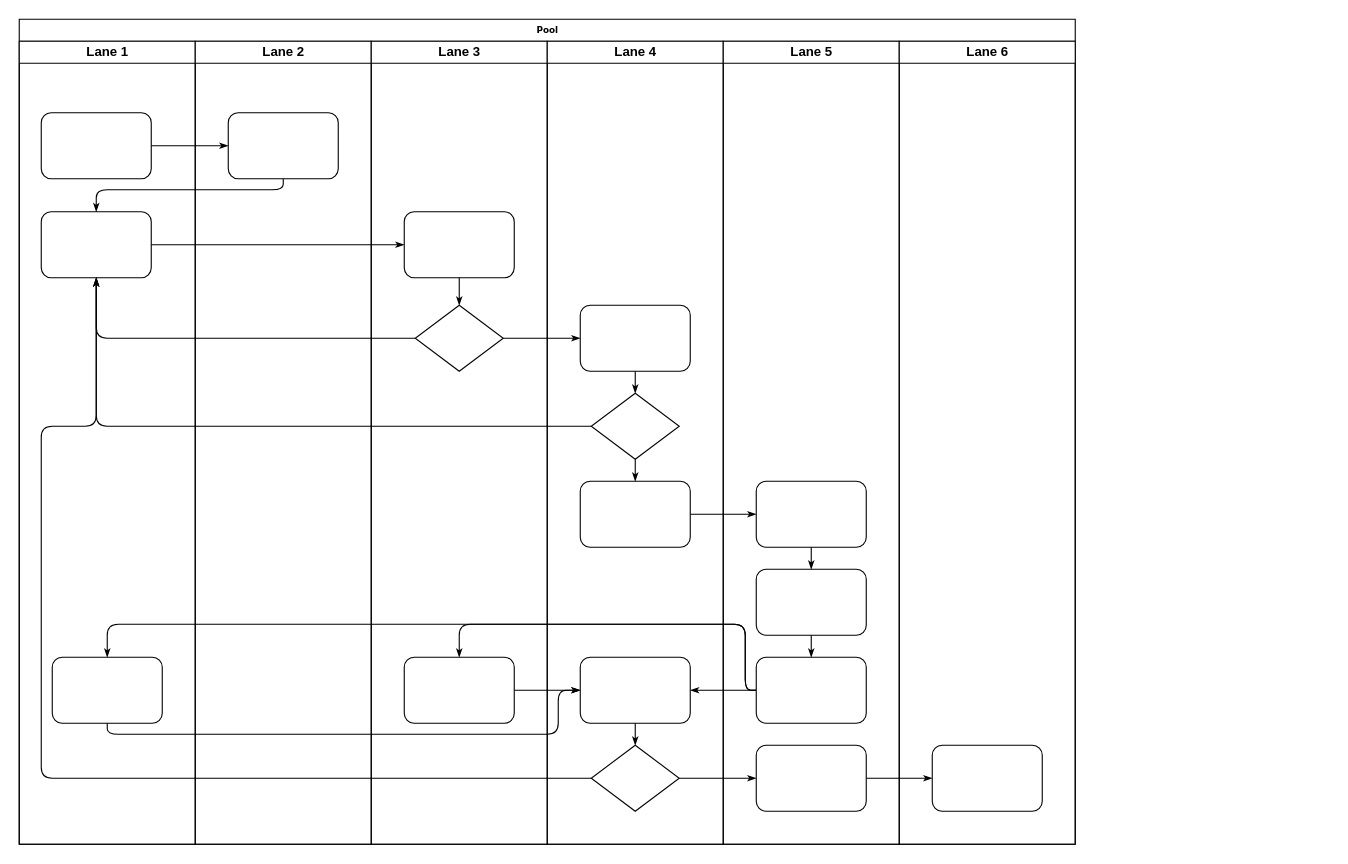
Before: docs/Untitled Diagram.drawio in lizhenLuna12/test, a draw.io diagram. Source tidied: cells renumbered, new cells numbered last; positions are measured from the earlier drawing's top-left corner, leaving out a move shared by most shapes. Both pictures are drawn from the tidied source at 110%, with x=0, y=0 at pixel (19, 19).
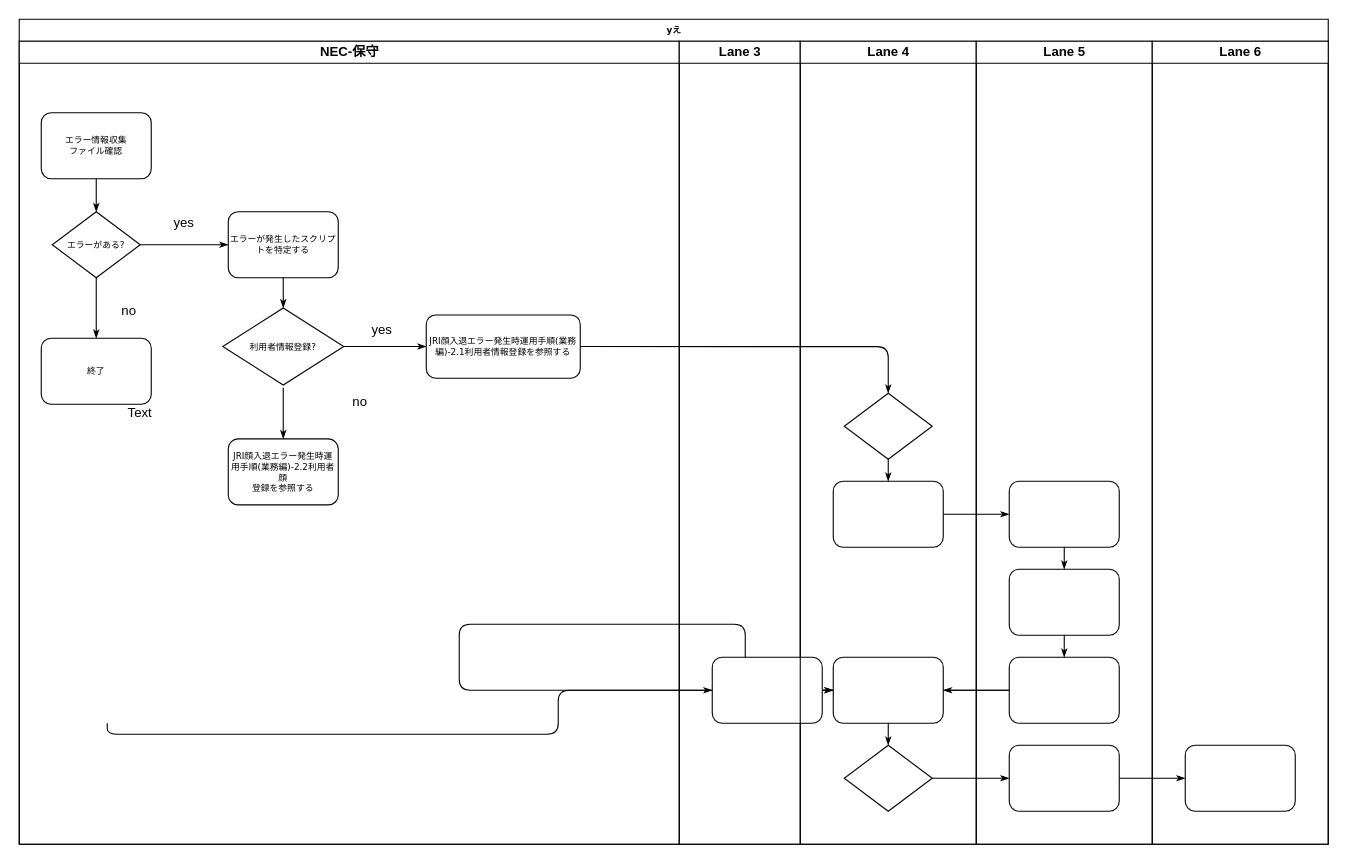
The same diagram, later.

The change refers to these unchanged cells:
```xml
<mxCell id="31" style="rhombus;whiteSpace=wrap;html=1;rounded=0;shadow=0;labelBackgroundColor=none;strokeWidth=1;fontFamily=Verdana;fontSize=8;align=center;" parent="29" vertex="1">
  <mxGeometry x="40" y="320" width="80" height="60" as="geometry" />
</mxCell>
<mxCell id="33" style="rounded=1;whiteSpace=wrap;html=1;shadow=0;labelBackgroundColor=none;strokeWidth=1;fontFamily=Verdana;fontSize=8;align=center;" parent="29" vertex="1">
  <mxGeometry x="30" y="560" width="100" height="60" as="geometry" />
</mxCell>
<mxCell id="34" style="rhombus;whiteSpace=wrap;html=1;rounded=0;shadow=0;labelBackgroundColor=none;strokeWidth=1;fontFamily=Verdana;fontSize=8;align=center;" parent="29" vertex="1">
  <mxGeometry x="40" y="640" width="80" height="60" as="geometry" />
</mxCell>
<mxCell id="41" style="rounded=1;whiteSpace=wrap;html=1;shadow=0;labelBackgroundColor=none;strokeWidth=1;fontFamily=Verdana;fontSize=8;align=center;" parent="38" vertex="1">
  <mxGeometry x="30" y="560" width="100" height="60" as="geometry" />
</mxCell>
```

What changed in the source:
```diff
@@
-    <mxCell id="2" value="Pool" style="swimlane;html=1;startSize=20;rounded=0;shadow=0;labelBackgroundColor=none;strokeWidth=1;fontFamily=Verdana;fontSize=8;align=center;" parent="1" vertex="1">
-      <mxGeometry width="960" height="750" as="geometry" />
+    <mxCell id="2" value="yえ" style="swimlane;html=1;startSize=20;rounded=0;shadow=0;labelBackgroundColor=none;strokeWidth=1;fontFamily=Verdana;fontSize=8;align=center;" parent="1" vertex="1">
+      <mxGeometry width="1190" height="750" as="geometry" />
     </mxCell>
-    <mxCell id="3" value="Lane 1" style="swimlane;html=1;startSize=20;" parent="2" vertex="1">
-      <mxGeometry y="20" width="160" height="730" as="geometry" />
+    <mxCell id="3" value="NEC-保守" style="swimlane;html=1;startSize=20;" parent="2" vertex="1">
+      <mxGeometry y="20" width="600" height="730" as="geometry" />
     </mxCell>
-    <mxCell id="4" style="rounded=1;whiteSpace=wrap;html=1;shadow=0;labelBackgroundColor=none;strokeWidth=1;fontFamily=Verdana;fontSize=8;align=center;" parent="3" vertex="1">
+    <mxCell id="4" value="エラー情報収集&lt;br&gt;ファイル確認" style="rounded=1;whiteSpace=wrap;html=1;shadow=0;labelBackgroundColor=none;strokeWidth=1;fontFamily=Verdana;fontSize=8;align=center;" parent="3" vertex="1">
       <mxGeometry x="20" y="65" width="100" height="60" as="geometry" />
     </mxCell>
-    <mxCell id="5" style="rounded=1;whiteSpace=wrap;html=1;shadow=0;labelBackgroundColor=none;strokeWidth=1;fontFamily=Verdana;fontSize=8;align=center;" parent="3" vertex="1">
-      <mxGeometry x="20" y="155" width="100" height="60" as="geometry" />
-    </mxCell>
-    <mxCell id="6" style="rounded=1;whiteSpace=wrap;html=1;shadow=0;labelBackgroundColor=none;strokeWidth=1;fontFamily=Verdana;fontSize=8;align=center;" parent="3" vertex="1">
-      <mxGeometry x="30" y="560" width="100" height="60" as="geometry" />
-    </mxCell>
-    <mxCell id="7" style="edgeStyle=orthogonalEdgeStyle;rounded=1;html=1;labelBackgroundColor=none;startArrow=none;startFill=0;startSize=5;endArrow=classicThin;endFill=1;endSize=5;jettySize=auto;strokeWidth=1;fontFamily=Verdana;fontSize=8;" parent="2" edge="1" source="4" target="23">
-      <mxGeometry relative="1" as="geometry" />
-    </mxCell>
-    <mxCell id="8" style="edgeStyle=orthogonalEdgeStyle;rounded=1;html=1;labelBackgroundColor=none;startArrow=none;startFill=0;startSize=5;endArrow=classicThin;endFill=1;endSize=5;jettySize=auto;strokeWidth=1;fontFamily=Verdana;fontSize=8;" parent="2" edge="1" source="23" target="5">
-      <mxGeometry relative="1" as="geometry">
-        <Array as="points">
-          <mxPoint x="240" y="155" />
-          <mxPoint x="70" y="155" />
-        </Array>
-      </mxGeometry>
-    </mxCell>
+    <mxCell id="47" value="エラーがある?" style="rhombus;whiteSpace=wrap;html=1;rounded=0;shadow=0;labelBackgroundColor=none;strokeWidth=1;fontFamily=Verdana;fontSize=8;align=center;" parent="3" vertex="1">
+      <mxGeometry x="30" y="155" width="80" height="60" as="geometry" />
+    </mxCell>
+    <mxCell id="48" style="edgeStyle=orthogonalEdgeStyle;rounded=1;html=1;labelBackgroundColor=none;startArrow=none;startFill=0;startSize=5;endArrow=classicThin;endFill=1;endSize=5;jettySize=auto;strokeColor=#000000;strokeWidth=1;fontFamily=Verdana;fontSize=8;fontColor=#000000;exitX=0.5;exitY=1;exitDx=0;exitDy=0;entryX=0.5;entryY=0;entryDx=0;entryDy=0;" parent="3" edge="1" source="4" target="47">
+      <mxGeometry relative="1" as="geometry">
+        <Array as="points">
+          <mxPoint x="70" y="140" />
+          <mxPoint x="70" y="140" />
+        </Array>
+      </mxGeometry>
+    </mxCell>
+    <mxCell id="49" value="終了" style="rounded=1;whiteSpace=wrap;html=1;shadow=0;labelBackgroundColor=none;strokeWidth=1;fontFamily=Verdana;fontSize=8;align=center;" parent="3" vertex="1">
+      <mxGeometry x="20" y="270" width="100" height="60" as="geometry" />
+    </mxCell>
+    <mxCell id="11" style="edgeStyle=orthogonalEdgeStyle;rounded=1;html=1;labelBackgroundColor=none;startArrow=none;startFill=0;startSize=5;endArrow=classicThin;endFill=1;endSize=5;jettySize=auto;strokeWidth=1;fontFamily=Verdana;fontSize=8;exitX=0.5;exitY=1;exitDx=0;exitDy=0;" parent="3" edge="1" source="47" target="49">
+      <mxGeometry relative="1" as="geometry" />
+    </mxCell>
+    <mxCell id="50" value="yes" style="text;html=1;strokeColor=none;fillColor=none;align=center;verticalAlign=middle;whiteSpace=wrap;rounded=0;" parent="3" vertex="1">
+      <mxGeometry x="120" y="150" width="60" height="30" as="geometry" />
+    </mxCell>
+    <mxCell id="51" value="no" style="text;html=1;strokeColor=none;fillColor=none;align=center;verticalAlign=middle;whiteSpace=wrap;rounded=0;" parent="3" vertex="1">
+      <mxGeometry x="70" y="230" width="60" height="30" as="geometry" />
+    </mxCell>
+    <mxCell id="25" value="エラーが発生したスクリプトを特定する" style="rounded=1;whiteSpace=wrap;html=1;shadow=0;labelBackgroundColor=none;strokeWidth=1;fontFamily=Verdana;fontSize=8;align=center;" parent="3" vertex="1">
+      <mxGeometry x="190" y="155" width="100" height="60" as="geometry" />
+    </mxCell>
+    <mxCell id="28" style="edgeStyle=orthogonalEdgeStyle;rounded=1;html=1;labelBackgroundColor=none;startArrow=none;startFill=0;startSize=5;endArrow=classicThin;endFill=1;endSize=5;jettySize=auto;strokeWidth=1;fontFamily=Verdana;fontSize=8;entryX=0.5;entryY=0;entryDx=0;entryDy=0;" parent="3" edge="1" source="25" target="26">
+      <mxGeometry relative="1" as="geometry" />
+    </mxCell>
-    <mxCell id="9" style="edgeStyle=orthogonalEdgeStyle;rounded=1;html=1;labelBackgroundColor=none;startArrow=none;startFill=0;startSize=5;endArrow=classicThin;endFill=1;endSize=5;jettySize=auto;strokeWidth=1;fontFamily=Verdana;fontSize=8;" parent="2" edge="1" source="5" target="25">
+    <mxCell id="9" style="edgeStyle=orthogonalEdgeStyle;rounded=1;html=1;labelBackgroundColor=none;startArrow=none;startFill=0;startSize=5;endArrow=classicThin;endFill=1;endSize=5;jettySize=auto;strokeWidth=1;fontFamily=Verdana;fontSize=8;exitX=1;exitY=0.5;exitDx=0;exitDy=0;" parent="3" edge="1" source="47" target="25">
       <mxGeometry relative="1" as="geometry" />
     </mxCell>
-    <mxCell id="10" style="edgeStyle=orthogonalEdgeStyle;rounded=1;html=1;labelBackgroundColor=none;startArrow=none;startFill=0;startSize=5;endArrow=classicThin;endFill=1;endSize=5;jettySize=auto;strokeWidth=1;fontFamily=Verdana;fontSize=8;" parent="2" edge="1" source="26" target="5">
-      <mxGeometry relative="1" as="geometry" />
-    </mxCell>
-    <mxCell id="11" style="edgeStyle=orthogonalEdgeStyle;rounded=1;html=1;labelBackgroundColor=none;startArrow=none;startFill=0;startSize=5;endArrow=classicThin;endFill=1;endSize=5;jettySize=auto;strokeWidth=1;fontFamily=Verdana;fontSize=8;" parent="2" edge="1" source="31" target="5">
-      <mxGeometry relative="1" as="geometry" />
-    </mxCell>
-    <mxCell id="12" style="edgeStyle=orthogonalEdgeStyle;rounded=1;html=1;labelBackgroundColor=none;startArrow=none;startFill=0;startSize=5;endArrow=classicThin;endFill=1;endSize=5;jettySize=auto;strokeWidth=1;fontFamily=Verdana;fontSize=8;" parent="2" edge="1" source="34" target="5">
-      <mxGeometry relative="1" as="geometry">
-        <Array as="points">
-          <mxPoint x="20" y="690" />
-          <mxPoint x="20" y="370" />
-          <mxPoint x="70" y="370" />
-        </Array>
-      </mxGeometry>
-    </mxCell>
+    <mxCell id="26" value="利用者情報登録?" style="rhombus;whiteSpace=wrap;html=1;rounded=0;shadow=0;labelBackgroundColor=none;strokeWidth=1;fontFamily=Verdana;fontSize=8;align=center;" parent="3" vertex="1">
+      <mxGeometry x="185" y="242.5" width="110" height="70" as="geometry" />
+    </mxCell>
+    <mxCell id="52" value="yes" style="text;html=1;strokeColor=none;fillColor=none;align=center;verticalAlign=middle;whiteSpace=wrap;rounded=0;" parent="3" vertex="1">
+      <mxGeometry x="310" y="247.5" width="40" height="30" as="geometry" />
+    </mxCell>
+    <mxCell id="53" value="Text" style="text;html=1;strokeColor=none;fillColor=none;align=center;verticalAlign=middle;whiteSpace=wrap;rounded=0;" parent="3" vertex="1">
+      <mxGeometry x="80" y="322.5" width="60" height="30" as="geometry" />
+    </mxCell>
-    <mxCell id="13" style="edgeStyle=orthogonalEdgeStyle;rounded=1;html=1;labelBackgroundColor=none;startArrow=none;startFill=0;startSize=5;endArrow=classicThin;endFill=1;endSize=5;jettySize=auto;strokeWidth=1;fontFamily=Verdana;fontSize=8;" parent="2" edge="1" source="26" target="30">
-      <mxGeometry relative="1" as="geometry" />
+    <mxCell id="13" style="edgeStyle=orthogonalEdgeStyle;rounded=1;html=1;labelBackgroundColor=none;startArrow=none;startFill=0;startSize=5;endArrow=classicThin;endFill=1;endSize=5;jettySize=auto;strokeWidth=1;fontFamily=Verdana;fontSize=8;" parent="3" edge="1" source="26">
+      <mxGeometry relative="1" as="geometry">
+        <mxPoint x="370" y="277.5" as="targetPoint" />
+      </mxGeometry>
     </mxCell>
+    <mxCell id="54" value="&lt;font&gt;JRI顔入退エラー発生時運用手順(業務編)-2.1利用者情報登録を参照する&lt;br&gt;&lt;/font&gt;" style="rounded=1;whiteSpace=wrap;html=1;shadow=0;labelBackgroundColor=none;strokeWidth=1;fontFamily=Verdana;fontSize=8;align=center;" parent="3" vertex="1">
+      <mxGeometry x="370" y="248.8" width="140" height="57.5" as="geometry" />
+    </mxCell>
+    <mxCell id="55" value="JRI顔入退エラー発生時運用手順(業務編)-2.2利用者顔&lt;br&gt;登録を参照する" style="rounded=1;whiteSpace=wrap;html=1;shadow=0;labelBackgroundColor=none;strokeWidth=1;fontFamily=Verdana;fontSize=8;align=center;" parent="3" vertex="1">
+      <mxGeometry x="190" y="361.5" width="100" height="60" as="geometry" />
+    </mxCell>
+    <mxCell id="56" value="no" style="text;html=1;strokeColor=none;fillColor=none;align=center;verticalAlign=middle;whiteSpace=wrap;rounded=0;" parent="3" vertex="1">
+      <mxGeometry x="280" y="312.5" width="60" height="30" as="geometry" />
+    </mxCell>
+    <mxCell id="57" style="edgeStyle=orthogonalEdgeStyle;rounded=1;html=1;labelBackgroundColor=none;startArrow=none;startFill=0;startSize=5;endArrow=classicThin;endFill=1;endSize=5;jettySize=auto;strokeWidth=1;fontFamily=Verdana;fontSize=8;entryX=0.5;entryY=0;entryDx=0;entryDy=0;" parent="3" edge="1" target="55">
+      <mxGeometry relative="1" as="geometry">
+        <mxPoint x="240" y="315" as="sourcePoint" />
+        <Array as="points">
+          <mxPoint x="240" y="340" />
+          <mxPoint x="240" y="340" />
+        </Array>
+      </mxGeometry>
+    </mxCell>
@@
-    <mxCell id="19" style="edgeStyle=orthogonalEdgeStyle;rounded=1;html=1;labelBackgroundColor=none;startArrow=none;startFill=0;startSize=5;endArrow=classicThin;endFill=1;endSize=5;jettySize=auto;strokeWidth=1;fontFamily=Verdana;fontSize=8;" parent="2" edge="1" source="41" target="6">
-      <mxGeometry relative="1" as="geometry">
-        <Array as="points">
-          <mxPoint x="660" y="610" />
-          <mxPoint x="660" y="550" />
-          <mxPoint x="80" y="550" />
-        </Array>
-      </mxGeometry>
-    </mxCell>
-    <mxCell id="20" style="edgeStyle=orthogonalEdgeStyle;rounded=1;html=1;labelBackgroundColor=none;startArrow=none;startFill=0;startSize=5;endArrow=classicThin;endFill=1;endSize=5;jettySize=auto;strokeWidth=1;fontFamily=Verdana;fontSize=8;" parent="2" edge="1" source="6" target="33">
+    <mxCell id="20" style="edgeStyle=orthogonalEdgeStyle;rounded=1;html=1;labelBackgroundColor=none;startArrow=none;startFill=0;startSize=5;endArrow=classicThin;endFill=1;endSize=5;jettySize=auto;strokeWidth=1;fontFamily=Verdana;fontSize=8;" parent="2" edge="1" target="33">
       <mxGeometry relative="1" as="geometry">
+        <mxPoint x="80" y="640" as="sourcePoint" />
         <Array as="points">
           <mxPoint x="80" y="650" />
           <mxPoint x="490" y="650" />
           <mxPoint x="490" y="610" />
         </Array>
       </mxGeometry>
     </mxCell>
@@
-    <mxCell id="22" value="Lane 2" style="swimlane;html=1;startSize=20;" parent="2" vertex="1">
-      <mxGeometry x="160" y="20" width="160" height="730" as="geometry" />
-    </mxCell>
-    <mxCell id="23" style="rounded=1;whiteSpace=wrap;html=1;shadow=0;labelBackgroundColor=none;strokeWidth=1;fontFamily=Verdana;fontSize=8;align=center;" parent="22" vertex="1">
-      <mxGeometry x="30" y="65" width="100" height="60" as="geometry" />
-    </mxCell>
     <mxCell id="24" value="Lane 3" style="swimlane;html=1;startSize=20;" parent="2" vertex="1">
-      <mxGeometry x="320" y="20" width="160" height="730" as="geometry" />
+      <mxGeometry x="600" y="20" width="110" height="730" as="geometry" />
     </mxCell>
-    <mxCell id="25" style="rounded=1;whiteSpace=wrap;html=1;shadow=0;labelBackgroundColor=none;strokeWidth=1;fontFamily=Verdana;fontSize=8;align=center;" parent="24" vertex="1">
-      <mxGeometry x="30" y="155" width="100" height="60" as="geometry" />
-    </mxCell>
-    <mxCell id="26" style="rhombus;whiteSpace=wrap;html=1;rounded=0;shadow=0;labelBackgroundColor=none;strokeWidth=1;fontFamily=Verdana;fontSize=8;align=center;" parent="24" vertex="1">
-      <mxGeometry x="40" y="240" width="80" height="60" as="geometry" />
-    </mxCell>
@@
-    <mxCell id="28" style="edgeStyle=orthogonalEdgeStyle;rounded=1;html=1;labelBackgroundColor=none;startArrow=none;startFill=0;startSize=5;endArrow=classicThin;endFill=1;endSize=5;jettySize=auto;strokeWidth=1;fontFamily=Verdana;fontSize=8;" parent="24" edge="1" source="25" target="26">
-      <mxGeometry relative="1" as="geometry" />
-    </mxCell>
     <mxCell id="29" value="Lane 4" style="swimlane;html=1;startSize=20;" parent="2" vertex="1">
-      <mxGeometry x="480" y="20" width="160" height="730" as="geometry" />
+      <mxGeometry x="710" y="20" width="160" height="730" as="geometry" />
     </mxCell>
-    <mxCell id="30" style="rounded=1;whiteSpace=wrap;html=1;shadow=0;labelBackgroundColor=none;strokeWidth=1;fontFamily=Verdana;fontSize=8;align=center;" parent="29" vertex="1">
-      <mxGeometry x="30" y="240" width="100" height="60" as="geometry" />
-    </mxCell>
@@
-    <mxCell id="35" style="edgeStyle=orthogonalEdgeStyle;rounded=1;html=1;labelBackgroundColor=none;startArrow=none;startFill=0;startSize=5;endArrow=classicThin;endFill=1;endSize=5;jettySize=auto;strokeColor=#000000;strokeWidth=1;fontFamily=Verdana;fontSize=8;fontColor=#000000;" parent="29" edge="1" source="30" target="31">
-      <mxGeometry relative="1" as="geometry" />
-    </mxCell>
@@
     <mxCell id="38" value="Lane 5" style="swimlane;html=1;startSize=20;" parent="2" vertex="1">
-      <mxGeometry x="640" y="20" width="160" height="730" as="geometry" />
+      <mxGeometry x="870" y="20" width="160" height="730" as="geometry" />
     </mxCell>
@@
     <mxCell id="45" value="Lane 6" style="swimlane;html=1;startSize=20;" parent="2" vertex="1">
-      <mxGeometry x="800" y="20" width="160" height="730" as="geometry" />
+      <mxGeometry x="1030" y="20" width="160" height="730" as="geometry" />
     </mxCell>
@@
+    <mxCell id="35" style="edgeStyle=orthogonalEdgeStyle;rounded=1;html=1;labelBackgroundColor=none;startArrow=none;startFill=0;startSize=5;endArrow=classicThin;endFill=1;endSize=5;jettySize=auto;strokeColor=#000000;strokeWidth=1;fontFamily=Verdana;fontSize=8;fontColor=#000000;exitX=1;exitY=0.5;exitDx=0;exitDy=0;" parent="2" edge="1" source="54" target="31">
+      <mxGeometry relative="1" as="geometry" />
+    </mxCell>
```
